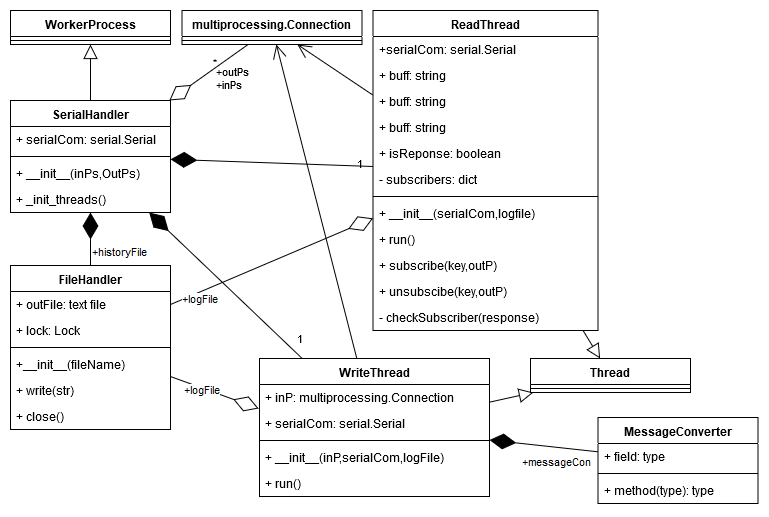
Earlier version of the draw.io export docs/source/diagrams/pics/ClassDiaStartUp_SerialHandler.png (ECC-BFMC/Brain). Source tidied: cells renumbered, new cells last; positions are measured from the earlier drawing's top-left corner, leaving out a move shared by most shapes.
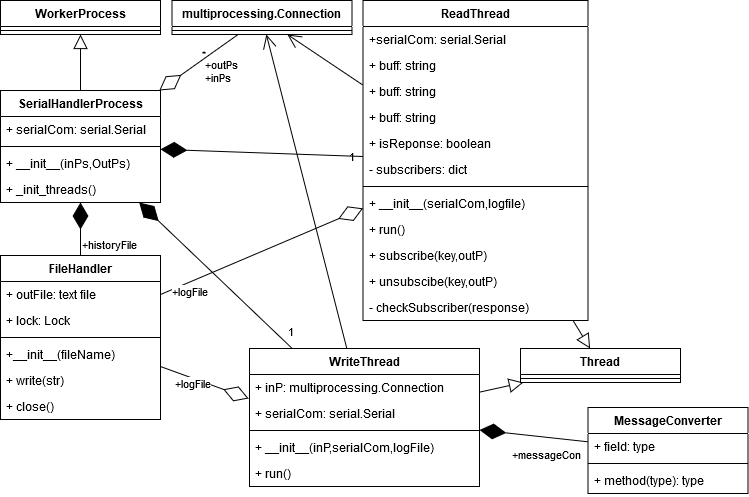
The same file after the commit.

The edit, as a diff of the source:
```diff
@@ -2,7 +2,7 @@
   <root>
     <mxCell id="0" />
     <mxCell id="1" parent="0" />
-    <mxCell id="2" value="SerialHandler" style="swimlane;fontStyle=1;align=center;verticalAlign=top;horizontal=1;startSize=26;" parent="1" vertex="1">
+    <mxCell id="2" value="SerialHandlerProcess" style="swimlane;fontStyle=1;align=center;verticalAlign=top;horizontal=1;startSize=26;" parent="1" vertex="1">
       <mxGeometry y="90" width="160" height="112" as="geometry" />
     </mxCell>
     <mxCell id="3" value="+ serialCom: serial.Serial" style="text;strokeColor=none;fillColor=none;align=left;verticalAlign=top;spacingLeft=4;spacingRight=4;overflow=hidden;" parent="2" vertex="1">
```
